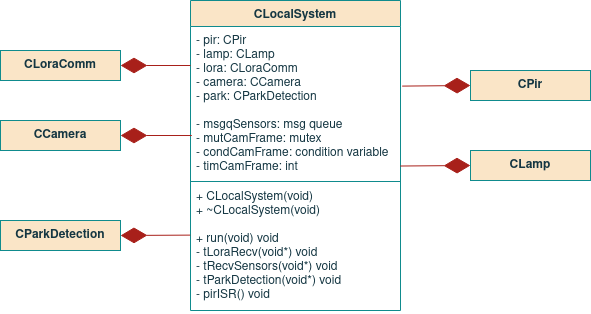
Above: report/images/09sw_specification/LS/clocalsystem/class.png in ESRGgroup9/slipad (draw.io), before the change. Source tidied: cells renumbered, new cells last; positions are measured from the earlier drawing's top-left corner, leaving out a move shared by most shapes. The source it was exported from:
```xml
<mxGraphModel>
  <root>
    <mxCell id="0" />
    <mxCell id="1" parent="0" />
    <mxCell id="2" value="CLocalSystem" style="swimlane;fontStyle=1;align=center;verticalAlign=top;horizontal=1;startSize=26;fillColor=#FAE5C7;strokeColor=#0F8B8D;fontColor=#143642;" parent="1" vertex="1">
      <mxGeometry x="190" width="210" height="310" as="geometry" />
    </mxCell>
    <mxCell id="3" value="- pir: CPir&#10;- lamp: CLamp&#10;- lora: CLoraComm&#10;- camera: CCamera&#10;- park: CParkDetection&#10;&#10;- msgqSensors: msg queue&#10;- mutCamFrame: mutex&#10;- condCamFrame: condition variable&#10;- timCamFrame: int&#10;&#10;&#10;&#10;" style="text;strokeColor=none;fillColor=none;align=left;verticalAlign=top;spacingLeft=4;spacingRight=4;overflow=hidden;points=[[0,0.5],[1,0.5]];portConstraint=eastwest;fontColor=#143642;" parent="2" vertex="1">
      <mxGeometry y="26" width="210" height="154" as="geometry" />
    </mxCell>
    <mxCell id="4" style="line;strokeWidth=1;fillColor=none;align=left;verticalAlign=middle;spacingTop=-1;spacingLeft=3;spacingRight=3;labelPosition=right;labelBackgroundColor=#DAD2D8;strokeColor=#0F8B8D;fontColor=#143642;" parent="2" vertex="1">
      <mxGeometry y="180" width="210" height="2" as="geometry" />
    </mxCell>
    <mxCell id="5" value="+ CLocalSystem(void)&#10;+ ~CLocalSystem(void)&#10;&#10;+ run(void) void&#10;- tLoraRecv(void*) void&#10;- tRecvSensors(void*) void&#10;- tParkDetection(void*) void&#10;- pirISR() void&#10;" style="text;strokeColor=none;fillColor=none;align=left;verticalAlign=top;spacingLeft=4;spacingRight=4;overflow=hidden;points=[[0,0.5],[1,0.5]];portConstraint=eastwest;fontColor=#143642;" parent="2" vertex="1">
      <mxGeometry y="182" width="210" height="128" as="geometry" />
    </mxCell>
    <mxCell id="6" style="endArrow=diamondThin;endFill=1;endSize=24;html=1;rounded=0;sketch=0;fontColor=#143642;strokeColor=#A8201A;fillColor=#FAE5C7;entryX=1;entryY=0.5;entryDx=0;entryDy=0;" parent="1" edge="1" target="13">
      <mxGeometry relative="1" as="geometry">
        <mxPoint x="190" y="65" as="sourcePoint" />
      </mxGeometry>
    </mxCell>
    <mxCell id="7" style="endArrow=diamondThin;endFill=1;endSize=24;html=1;rounded=0;sketch=0;fontColor=#143642;strokeColor=#A8201A;fillColor=#FAE5C7;entryX=1;entryY=0.5;entryDx=0;entryDy=0;exitX=-0.001;exitY=0.411;exitDx=0;exitDy=0;exitPerimeter=0;" parent="1" edge="1" source="5" target="15">
      <mxGeometry relative="1" as="geometry" />
    </mxCell>
    <mxCell id="8" style="endArrow=diamondThin;endFill=1;endSize=24;html=1;rounded=0;sketch=0;fontColor=#143642;strokeColor=#A8201A;fillColor=#FAE5C7;entryX=0;entryY=0.5;entryDx=0;entryDy=0;exitX=1.008;exitY=0.387;exitDx=0;exitDy=0;exitPerimeter=0;" parent="1" edge="1" source="3" target="11">
      <mxGeometry relative="1" as="geometry" />
    </mxCell>
    <mxCell id="9" style="endArrow=diamondThin;endFill=1;endSize=24;html=1;rounded=0;sketch=0;fontColor=#143642;strokeColor=#A8201A;fillColor=#FAE5C7;entryX=0;entryY=0.5;entryDx=0;entryDy=0;exitX=0.999;exitY=0.906;exitDx=0;exitDy=0;exitPerimeter=0;" parent="1" edge="1" source="3" target="12">
      <mxGeometry relative="1" as="geometry" />
    </mxCell>
    <mxCell id="10" style="endArrow=diamondThin;endFill=1;endSize=24;html=1;rounded=0;sketch=0;fontColor=#143642;strokeColor=#A8201A;fillColor=#FAE5C7;entryX=1;entryY=0.5;entryDx=0;entryDy=0;exitX=0.006;exitY=0.708;exitDx=0;exitDy=0;exitPerimeter=0;" parent="1" edge="1" source="3" target="14">
      <mxGeometry relative="1" as="geometry" />
    </mxCell>
    <mxCell id="11" value="CPir" style="rounded=0;whiteSpace=wrap;html=1;sketch=0;fontColor=#143642;strokeColor=#0F8B8D;fillColor=#FAE5C7;fontStyle=1;" parent="1" vertex="1">
      <mxGeometry x="470" y="70" width="120" height="30" as="geometry" />
    </mxCell>
    <mxCell id="12" value="CLamp" style="rounded=0;whiteSpace=wrap;html=1;sketch=0;fontColor=#143642;strokeColor=#0F8B8D;fillColor=#FAE5C7;fontStyle=1;" parent="1" vertex="1">
      <mxGeometry x="470" y="150" width="120" height="30" as="geometry" />
    </mxCell>
    <mxCell id="13" value="CLoraComm" style="rounded=0;whiteSpace=wrap;html=1;sketch=0;fontColor=#143642;strokeColor=#0F8B8D;fillColor=#FAE5C7;fontStyle=1;" parent="1" vertex="1">
      <mxGeometry y="50" width="120" height="30" as="geometry" />
    </mxCell>
    <mxCell id="14" value="&lt;div&gt;CCamera&lt;/div&gt;" style="rounded=0;whiteSpace=wrap;html=1;sketch=0;fontColor=#143642;strokeColor=#0F8B8D;fillColor=#FAE5C7;fontStyle=1;" parent="1" vertex="1">
      <mxGeometry y="120" width="120" height="30" as="geometry" />
    </mxCell>
    <mxCell id="15" value="CParkDetection" style="rounded=0;whiteSpace=wrap;html=1;sketch=0;fontColor=#143642;strokeColor=#0F8B8D;fillColor=#FAE5C7;fontStyle=1;" parent="1" vertex="1">
      <mxGeometry y="220" width="120" height="30" as="geometry" />
    </mxCell>
  </root>
</mxGraphModel>
```
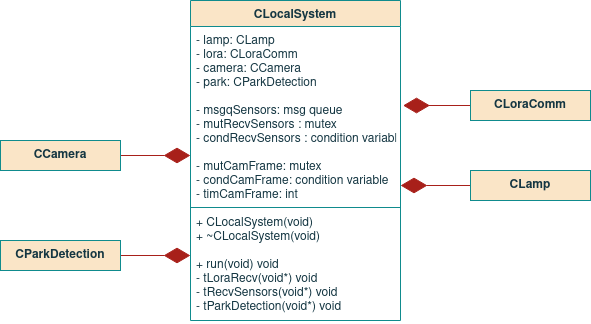
The same diagram one commit later.

Diff of the diagram source:
```diff
@@ -3,48 +3,48 @@
     <mxCell id="0" />
     <mxCell id="1" parent="0" />
     <mxCell id="2" value="CLocalSystem" style="swimlane;fontStyle=1;align=center;verticalAlign=top;horizontal=1;startSize=26;fillColor=#FAE5C7;strokeColor=#0F8B8D;fontColor=#143642;" parent="1" vertex="1">
-      <mxGeometry x="190" width="210" height="310" as="geometry" />
+      <mxGeometry x="190" y="-20" width="210" height="320" as="geometry" />
     </mxCell>
-    <mxCell id="3" value="- pir: CPir&#10;- lamp: CLamp&#10;- lora: CLoraComm&#10;- camera: CCamera&#10;- park: CParkDetection&#10;&#10;- msgqSensors: msg queue&#10;- mutCamFrame: mutex&#10;- condCamFrame: condition variable&#10;- timCamFrame: int&#10;&#10;&#10;&#10;" style="text;strokeColor=none;fillColor=none;align=left;verticalAlign=top;spacingLeft=4;spacingRight=4;overflow=hidden;points=[[0,0.5],[1,0.5]];portConstraint=eastwest;fontColor=#143642;" parent="2" vertex="1">
-      <mxGeometry y="26" width="210" height="154" as="geometry" />
-    </mxCell>
-    <mxCell id="4" style="line;strokeWidth=1;fillColor=none;align=left;verticalAlign=middle;spacingTop=-1;spacingLeft=3;spacingRight=3;labelPosition=right;labelBackgroundColor=#DAD2D8;strokeColor=#0F8B8D;fontColor=#143642;" parent="2" vertex="1">
-      <mxGeometry y="180" width="210" height="2" as="geometry" />
-    </mxCell>
-    <mxCell id="5" value="+ CLocalSystem(void)&#10;+ ~CLocalSystem(void)&#10;&#10;+ run(void) void&#10;- tLoraRecv(void*) void&#10;- tRecvSensors(void*) void&#10;- tParkDetection(void*) void&#10;- pirISR() void&#10;" style="text;strokeColor=none;fillColor=none;align=left;verticalAlign=top;spacingLeft=4;spacingRight=4;overflow=hidden;points=[[0,0.5],[1,0.5]];portConstraint=eastwest;fontColor=#143642;" parent="2" vertex="1">
-      <mxGeometry y="182" width="210" height="128" as="geometry" />
-    </mxCell>
-    <mxCell id="6" style="endArrow=diamondThin;endFill=1;endSize=24;html=1;rounded=0;sketch=0;fontColor=#143642;strokeColor=#A8201A;fillColor=#FAE5C7;entryX=1;entryY=0.5;entryDx=0;entryDy=0;" parent="1" edge="1" target="13">
-      <mxGeometry relative="1" as="geometry">
-        <mxPoint x="190" y="65" as="sourcePoint" />
-      </mxGeometry>
-    </mxCell>
-    <mxCell id="7" style="endArrow=diamondThin;endFill=1;endSize=24;html=1;rounded=0;sketch=0;fontColor=#143642;strokeColor=#A8201A;fillColor=#FAE5C7;entryX=1;entryY=0.5;entryDx=0;entryDy=0;exitX=-0.001;exitY=0.411;exitDx=0;exitDy=0;exitPerimeter=0;" parent="1" edge="1" source="5" target="15">
-      <mxGeometry relative="1" as="geometry" />
-    </mxCell>
-    <mxCell id="8" style="endArrow=diamondThin;endFill=1;endSize=24;html=1;rounded=0;sketch=0;fontColor=#143642;strokeColor=#A8201A;fillColor=#FAE5C7;entryX=0;entryY=0.5;entryDx=0;entryDy=0;exitX=1.008;exitY=0.387;exitDx=0;exitDy=0;exitPerimeter=0;" parent="1" edge="1" source="3" target="11">
-      <mxGeometry relative="1" as="geometry" />
-    </mxCell>
-    <mxCell id="9" style="endArrow=diamondThin;endFill=1;endSize=24;html=1;rounded=0;sketch=0;fontColor=#143642;strokeColor=#A8201A;fillColor=#FAE5C7;entryX=0;entryY=0.5;entryDx=0;entryDy=0;exitX=0.999;exitY=0.906;exitDx=0;exitDy=0;exitPerimeter=0;" parent="1" edge="1" source="3" target="12">
-      <mxGeometry relative="1" as="geometry" />
-    </mxCell>
-    <mxCell id="10" style="endArrow=diamondThin;endFill=1;endSize=24;html=1;rounded=0;sketch=0;fontColor=#143642;strokeColor=#A8201A;fillColor=#FAE5C7;entryX=1;entryY=0.5;entryDx=0;entryDy=0;exitX=0.006;exitY=0.708;exitDx=0;exitDy=0;exitPerimeter=0;" parent="1" edge="1" source="3" target="14">
-      <mxGeometry relative="1" as="geometry" />
-    </mxCell>
-    <mxCell id="11" value="CPir" style="rounded=0;whiteSpace=wrap;html=1;sketch=0;fontColor=#143642;strokeColor=#0F8B8D;fillColor=#FAE5C7;fontStyle=1;" parent="1" vertex="1">
-      <mxGeometry x="470" y="70" width="120" height="30" as="geometry" />
-    </mxCell>
+    <mxCell id="16" value="- lamp: CLamp&#10;- lora: CLoraComm&#10;- camera: CCamera&#10;- park: CParkDetection&#10;&#10;- msgqSensors: msg queue&#10;- mutRecvSensors : mutex&#10;- condRecvSensors : condition variable&#10;&#10;- mutCamFrame: mutex&#10;- condCamFrame: condition variable&#10;- timCamFrame: int&#10;&#10;&#10;&#10;" style="text;strokeColor=none;fillColor=none;align=left;verticalAlign=top;spacingLeft=4;spacingRight=4;overflow=hidden;points=[[0,0.5],[1,0.5]];portConstraint=eastwest;fontColor=#143642;" parent="2" vertex="1">
+      <mxGeometry y="26" width="210" height="180" as="geometry" />
+    </mxCell>
+    <mxCell id="17" style="line;strokeWidth=1;fillColor=none;align=left;verticalAlign=middle;spacingTop=-1;spacingLeft=3;spacingRight=3;labelPosition=right;labelBackgroundColor=#DAD2D8;strokeColor=#0F8B8D;fontColor=#143642;" parent="2" vertex="1">
+      <mxGeometry y="206" width="210" height="2" as="geometry" />
+    </mxCell>
+    <mxCell id="18" value="+ CLocalSystem(void)&#10;+ ~CLocalSystem(void)&#10;&#10;+ run(void) void&#10;- tLoraRecv(void*) void&#10;- tRecvSensors(void*) void&#10;- tParkDetection(void*) void&#10;" style="text;strokeColor=none;fillColor=none;align=left;verticalAlign=top;spacingLeft=4;spacingRight=4;overflow=hidden;fontColor=#143642;" parent="2" vertex="1">
+      <mxGeometry y="208" width="210" height="112" as="geometry" />
+    </mxCell>
+    <mxCell id="19" style="endArrow=diamondThin;endFill=1;endSize=24;html=1;rounded=0;sketch=0;fontColor=#143642;strokeColor=#A8201A;fillColor=#FAE5C7;exitX=1;exitY=0.5;exitDx=0;exitDy=0;" parent="1" edge="1" source="15">
+      <mxGeometry relative="1" as="geometry">
+        <mxPoint x="190" y="235" as="targetPoint" />
+      </mxGeometry>
+    </mxCell>
+    <mxCell id="20" style="endArrow=diamondThin;endFill=1;endSize=24;html=1;rounded=0;sketch=0;fontColor=#143642;strokeColor=#A8201A;fillColor=#FAE5C7;exitX=0;exitY=0.5;exitDx=0;exitDy=0;entryX=1.012;entryY=0.439;entryDx=0;entryDy=0;entryPerimeter=0;" parent="1" edge="1" target="16">
+      <mxGeometry relative="1" as="geometry">
+        <mxPoint x="470" y="85" as="sourcePoint" />
+      </mxGeometry>
+    </mxCell>
+    <mxCell id="21" style="endArrow=diamondThin;endFill=1;endSize=24;html=1;rounded=0;sketch=0;fontColor=#143642;strokeColor=#A8201A;fillColor=#FAE5C7;exitX=0;exitY=0.5;exitDx=0;exitDy=0;" parent="1" edge="1" source="12">
+      <mxGeometry relative="1" as="geometry">
+        <mxPoint x="400" y="165" as="targetPoint" />
+      </mxGeometry>
+    </mxCell>
+    <mxCell id="22" style="endArrow=diamondThin;endFill=1;endSize=24;html=1;rounded=0;sketch=0;fontColor=#143642;strokeColor=#A8201A;fillColor=#FAE5C7;exitX=1;exitY=0.5;exitDx=0;exitDy=0;" parent="1" edge="1" source="14">
+      <mxGeometry relative="1" as="geometry">
+        <mxPoint x="190" y="135" as="targetPoint" />
+      </mxGeometry>
+    </mxCell>
     <mxCell id="12" value="CLamp" style="rounded=0;whiteSpace=wrap;html=1;sketch=0;fontColor=#143642;strokeColor=#0F8B8D;fillColor=#FAE5C7;fontStyle=1;" parent="1" vertex="1">
       <mxGeometry x="470" y="150" width="120" height="30" as="geometry" />
     </mxCell>
-    <mxCell id="13" value="CLoraComm" style="rounded=0;whiteSpace=wrap;html=1;sketch=0;fontColor=#143642;strokeColor=#0F8B8D;fillColor=#FAE5C7;fontStyle=1;" parent="1" vertex="1">
-      <mxGeometry y="50" width="120" height="30" as="geometry" />
-    </mxCell>
     <mxCell id="14" value="&lt;div&gt;CCamera&lt;/div&gt;" style="rounded=0;whiteSpace=wrap;html=1;sketch=0;fontColor=#143642;strokeColor=#0F8B8D;fillColor=#FAE5C7;fontStyle=1;" parent="1" vertex="1">
       <mxGeometry y="120" width="120" height="30" as="geometry" />
     </mxCell>
     <mxCell id="15" value="CParkDetection" style="rounded=0;whiteSpace=wrap;html=1;sketch=0;fontColor=#143642;strokeColor=#0F8B8D;fillColor=#FAE5C7;fontStyle=1;" parent="1" vertex="1">
       <mxGeometry y="220" width="120" height="30" as="geometry" />
     </mxCell>
+    <mxCell id="13" value="CLoraComm" style="rounded=0;whiteSpace=wrap;html=1;sketch=0;fontColor=#143642;strokeColor=#0F8B8D;fillColor=#FAE5C7;fontStyle=1;" parent="1" vertex="1">
+      <mxGeometry x="470" y="70" width="120" height="30" as="geometry" />
+    </mxCell>
   </root>
 </mxGraphModel>
```
